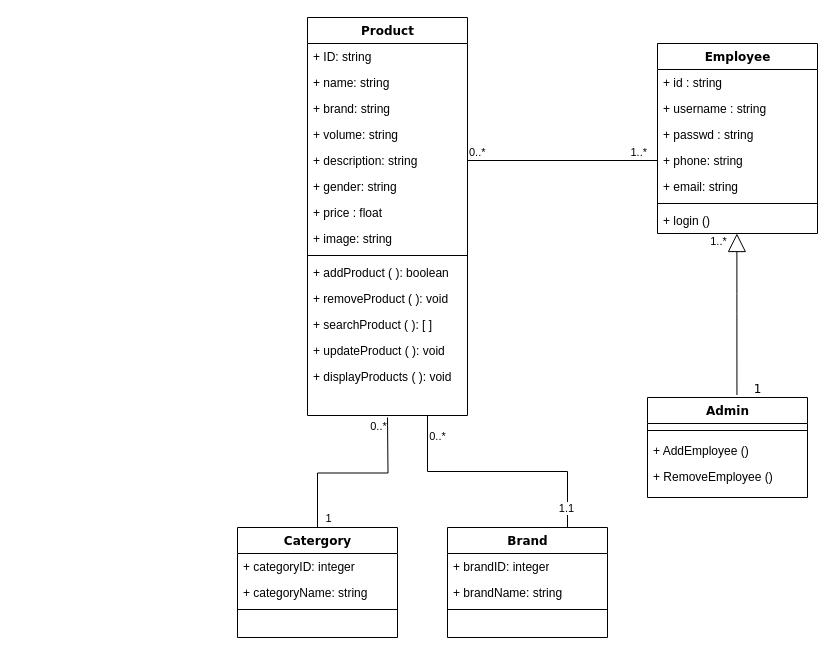
Earlier version of the draw.io diagram UML/2 - draw.io format/class diagram.drawio (hamza-at-youcode/Brief4-parfume.art). Source tidied: cells renumbered, new cells numbered last; positions are measured from the earlier drawing's top-left corner, leaving out a move shared by most shapes. Both pictures are drawn from the tidied source at 100%, with x=0, y=0 at pixel (237, 17).
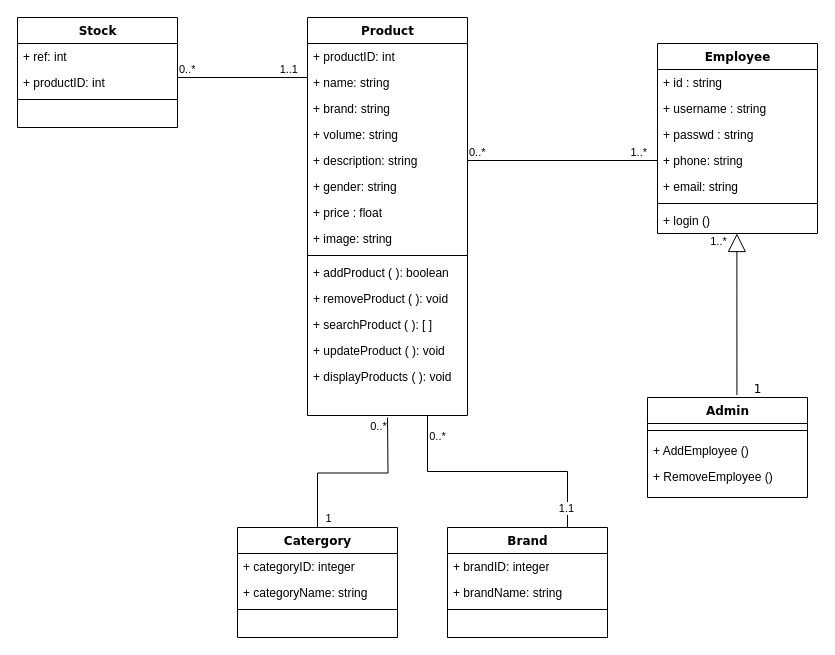
Above is the later version.

Commit message (it also covers changes not shown here):
Add stock class

Unchanged cells that the change refers to:
```xml
<mxCell id="2" value="Product" style="swimlane;html=1;fontStyle=1;align=center;verticalAlign=top;horizontal=1;startSize=26;swimlaneFillColor=#ffffff;rounded=0;shadow=0;comic=0;labelBackgroundColor=none;strokeWidth=1;fillColor=none;fontFamily=Verdana;fontSize=12;" parent="1" vertex="1">
  <mxGeometry x="70" width="160" height="398" as="geometry" />
</mxCell>
```

The edit, as a diff of the source:
```diff
@@
-    <mxCell id="3" value="+ ID: string" style="text;html=1;strokeColor=none;fillColor=none;align=left;verticalAlign=top;spacingLeft=4;spacingRight=4;whiteSpace=wrap;overflow=hidden;" parent="2" vertex="1">
+    <mxCell id="3" value="+ productID: int" style="text;html=1;strokeColor=none;fillColor=none;align=left;verticalAlign=top;spacingLeft=4;spacingRight=4;whiteSpace=wrap;overflow=hidden;" parent="2" vertex="1">
       <mxGeometry y="26" width="160" height="26" as="geometry" />
     </mxCell>
@@
+    <mxCell id="46" value="Stock" style="swimlane;html=1;fontStyle=1;align=center;verticalAlign=top;horizontal=1;startSize=26;swimlaneFillColor=#ffffff;rounded=0;shadow=0;comic=0;labelBackgroundColor=none;strokeWidth=1;fillColor=none;fontFamily=Verdana;fontSize=12;" parent="1" vertex="1">
+      <mxGeometry x="-220" width="160" height="110" as="geometry" />
+    </mxCell>
+    <mxCell id="47" value="+ ref: int" style="text;html=1;strokeColor=none;fillColor=none;align=left;verticalAlign=top;spacingLeft=4;spacingRight=4;whiteSpace=wrap;overflow=hidden;" parent="46" vertex="1">
+      <mxGeometry y="26" width="160" height="26" as="geometry" />
+    </mxCell>
+    <mxCell id="48" value="+ productID: int" style="text;html=1;strokeColor=none;fillColor=none;align=left;verticalAlign=top;spacingLeft=4;spacingRight=4;whiteSpace=wrap;overflow=hidden;" parent="46" vertex="1">
+      <mxGeometry y="52" width="160" height="26" as="geometry" />
+    </mxCell>
+    <mxCell id="49" style="line;html=1;strokeWidth=1;fillColor=none;align=left;verticalAlign=middle;spacingTop=-1;spacingLeft=3;spacingRight=3;labelPosition=right;" parent="46" vertex="1">
+      <mxGeometry y="78" width="160" height="8" as="geometry" />
+    </mxCell>
+    <mxCell id="50" style="endArrow=none;html=1;edgeStyle=orthogonalEdgeStyle;rounded=0;exitX=1;exitY=0.5;exitDx=0;exitDy=0;" parent="1" edge="1">
+      <mxGeometry relative="1" as="geometry">
+        <mxPoint x="-60" y="60" as="sourcePoint" />
+        <mxPoint x="70" y="60" as="targetPoint" />
+      </mxGeometry>
+    </mxCell>
+    <mxCell id="51" value="0..*" style="edgeLabel;html=1;align=left;verticalAlign=bottom;" parent="50" vertex="1">
+      <mxGeometry x="-1" relative="1" as="geometry" />
+    </mxCell>
+    <mxCell id="52" value="1..1" style="edgeLabel;html=1;align=right;verticalAlign=bottom;" parent="50" vertex="1">
+      <mxGeometry x="1" relative="1" as="geometry">
+        <mxPoint x="-9" as="offset" />
+      </mxGeometry>
+    </mxCell>
```
